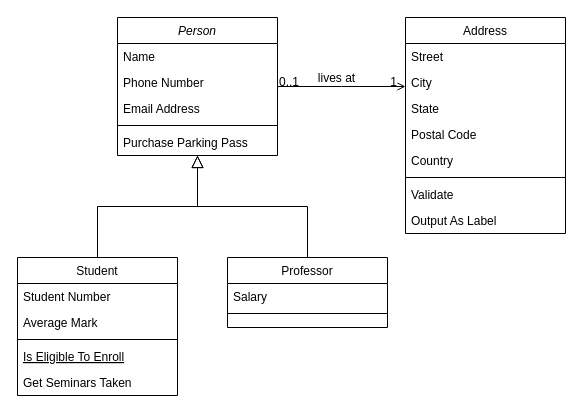
Before: Diagram zonder titel.drawio in greetjeJongen/mySecondTrial, a draw.io diagram. Source tidied: cells renumbered, new cells numbered last; positions are measured from the earlier drawing's top-left corner, leaving out a move shared by most shapes. Both pictures are drawn from the tidied source at 100%, with x=0, y=0 at pixel (17, 17).
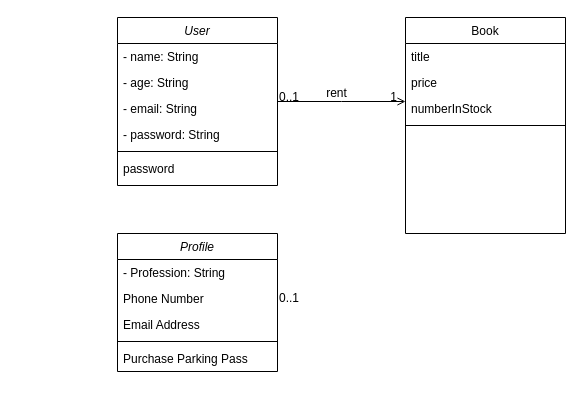
After the change.

The change refers to these unchanged cells:
```xml
<mxCell id="28" style="endArrow=open;shadow=0;strokeWidth=1;rounded=0;endFill=1;edgeStyle=elbowEdgeStyle;elbow=vertical;" parent="1" edge="1" source="2" target="19">
  <mxGeometry x="0.5" y="41" relative="1" as="geometry">
    <mxPoint x="-40" y="32" as="offset" />
  </mxGeometry>
</mxCell>
```

Diff of the diagram source:
```diff
@@
-    <mxCell id="2" value="Person" style="swimlane;fontStyle=2;align=center;verticalAlign=top;horizontal=1;startSize=26;rounded=0;shadow=0;strokeWidth=1;" parent="1" vertex="1">
-      <mxGeometry x="100" width="160" height="138" as="geometry" />
+    <mxCell id="2" value="User" style="swimlane;fontStyle=2;align=center;verticalAlign=top;horizontal=1;startSize=26;rounded=0;shadow=0;strokeWidth=1;" parent="1" vertex="1">
+      <mxGeometry x="100" width="160" height="168" as="geometry" />
     </mxCell>
-    <mxCell id="3" value="Name" style="text;align=left;verticalAlign=top;spacingLeft=4;spacingRight=4;overflow=hidden;" parent="2" vertex="1">
+    <mxCell id="3" value="- name: String" style="text;align=left;verticalAlign=top;spacingLeft=4;spacingRight=4;overflow=hidden;" parent="2" vertex="1">
       <mxGeometry y="26" width="160" height="26" as="geometry" />
     </mxCell>
+    <mxCell id="32" value="- age: String" style="text;align=left;verticalAlign=top;spacingLeft=4;spacingRight=4;overflow=hidden;rounded=0;shadow=0;html=0;" parent="2" vertex="1">
+      <mxGeometry y="52" width="160" height="26" as="geometry" />
+    </mxCell>
+    <mxCell id="33" value="- email: String" style="text;align=left;verticalAlign=top;spacingLeft=4;spacingRight=4;overflow=hidden;rounded=0;shadow=0;html=0;" parent="2" vertex="1">
+      <mxGeometry y="78" width="160" height="26" as="geometry" />
+    </mxCell>
-    <mxCell id="4" value="Phone Number" style="text;align=left;verticalAlign=top;spacingLeft=4;spacingRight=4;overflow=hidden;rounded=0;shadow=0;html=0;" parent="2" vertex="1">
-      <mxGeometry y="52" width="160" height="26" as="geometry" />
+    <mxCell id="4" value="- password: String" style="text;align=left;verticalAlign=top;spacingLeft=4;spacingRight=4;overflow=hidden;rounded=0;shadow=0;html=0;" parent="2" vertex="1">
+      <mxGeometry y="104" width="160" height="26" as="geometry" />
     </mxCell>
-    <mxCell id="5" value="Email Address" style="text;align=left;verticalAlign=top;spacingLeft=4;spacingRight=4;overflow=hidden;rounded=0;shadow=0;html=0;" parent="2" vertex="1">
-      <mxGeometry y="78" width="160" height="26" as="geometry" />
-    </mxCell>
     <mxCell id="6" style="line;html=1;strokeWidth=1;align=left;verticalAlign=middle;spacingTop=-1;spacingLeft=3;spacingRight=3;labelPosition=right;" parent="2" vertex="1">
-      <mxGeometry y="104" width="160" height="8" as="geometry" />
+      <mxGeometry y="130" width="160" height="8" as="geometry" />
     </mxCell>
-    <mxCell id="7" value="Purchase Parking Pass" style="text;align=left;verticalAlign=top;spacingLeft=4;spacingRight=4;overflow=hidden;" parent="2" vertex="1">
-      <mxGeometry y="112" width="160" height="26" as="geometry" />
-    </mxCell>
-    <mxCell id="8" value="Student" style="swimlane;fontStyle=0;align=center;verticalAlign=top;horizontal=1;startSize=26;rounded=0;shadow=0;strokeWidth=1;" parent="1" vertex="1">
-      <mxGeometry y="240" width="160" height="138" as="geometry" />
-    </mxCell>
-    <mxCell id="9" value="Student Number" style="text;align=left;verticalAlign=top;spacingLeft=4;spacingRight=4;overflow=hidden;" parent="8" vertex="1">
-      <mxGeometry y="26" width="160" height="26" as="geometry" />
-    </mxCell>
-    <mxCell id="10" value="Average Mark" style="text;align=left;verticalAlign=top;spacingLeft=4;spacingRight=4;overflow=hidden;rounded=0;shadow=0;html=0;" parent="8" vertex="1">
-      <mxGeometry y="52" width="160" height="26" as="geometry" />
-    </mxCell>
-    <mxCell id="11" style="line;html=1;strokeWidth=1;align=left;verticalAlign=middle;spacingTop=-1;spacingLeft=3;spacingRight=3;labelPosition=right;" parent="8" vertex="1">
-      <mxGeometry y="78" width="160" height="8" as="geometry" />
-    </mxCell>
-    <mxCell id="12" value="Is Eligible To Enroll" style="text;align=left;verticalAlign=top;spacingLeft=4;spacingRight=4;overflow=hidden;fontStyle=4;" parent="8" vertex="1">
-      <mxGeometry y="86" width="160" height="26" as="geometry" />
-    </mxCell>
-    <mxCell id="13" value="Get Seminars Taken" style="text;align=left;verticalAlign=top;spacingLeft=4;spacingRight=4;overflow=hidden;" parent="8" vertex="1">
-      <mxGeometry y="112" width="160" height="26" as="geometry" />
-    </mxCell>
-    <mxCell id="14" style="endArrow=block;endSize=10;endFill=0;shadow=0;strokeWidth=1;rounded=0;edgeStyle=elbowEdgeStyle;elbow=vertical;" parent="1" edge="1" source="8" target="2">
-      <mxGeometry relative="1" as="geometry" />
-    </mxCell>
-    <mxCell id="15" value="Professor" style="swimlane;fontStyle=0;align=center;verticalAlign=top;horizontal=1;startSize=26;rounded=0;shadow=0;strokeWidth=1;" parent="1" vertex="1">
-      <mxGeometry x="210" y="240" width="160" height="70" as="geometry" />
-    </mxCell>
-    <mxCell id="16" value="Salary" style="text;align=left;verticalAlign=top;spacingLeft=4;spacingRight=4;overflow=hidden;" parent="15" vertex="1">
-      <mxGeometry y="26" width="160" height="26" as="geometry" />
-    </mxCell>
-    <mxCell id="17" style="line;html=1;strokeWidth=1;align=left;verticalAlign=middle;spacingTop=-1;spacingLeft=3;spacingRight=3;labelPosition=right;" parent="15" vertex="1">
-      <mxGeometry y="52" width="160" height="8" as="geometry" />
-    </mxCell>
-    <mxCell id="18" style="endArrow=block;endSize=10;endFill=0;shadow=0;strokeWidth=1;rounded=0;edgeStyle=elbowEdgeStyle;elbow=vertical;" parent="1" edge="1" source="15" target="2">
-      <mxGeometry relative="1" as="geometry" />
-    </mxCell>
+    <mxCell id="34" value="password" style="text;align=left;verticalAlign=top;spacingLeft=4;spacingRight=4;overflow=hidden;rounded=0;shadow=0;html=0;" parent="2" vertex="1">
+      <mxGeometry y="138" width="160" height="26" as="geometry" />
+    </mxCell>
-    <mxCell id="19" value="Address" style="swimlane;fontStyle=0;align=center;verticalAlign=top;horizontal=1;startSize=26;rounded=0;shadow=0;strokeWidth=1;" parent="1" vertex="1">
+    <mxCell id="19" value="Book" style="swimlane;fontStyle=0;align=center;verticalAlign=top;horizontal=1;startSize=26;rounded=0;shadow=0;strokeWidth=1;" parent="1" vertex="1">
       <mxGeometry x="388" width="160" height="216" as="geometry" />
     </mxCell>
-    <mxCell id="20" value="Street" style="text;align=left;verticalAlign=top;spacingLeft=4;spacingRight=4;overflow=hidden;" parent="19" vertex="1">
+    <mxCell id="20" value="title" style="text;align=left;verticalAlign=top;spacingLeft=4;spacingRight=4;overflow=hidden;" parent="19" vertex="1">
       <mxGeometry y="26" width="160" height="26" as="geometry" />
     </mxCell>
-    <mxCell id="21" value="City" style="text;align=left;verticalAlign=top;spacingLeft=4;spacingRight=4;overflow=hidden;rounded=0;shadow=0;html=0;" parent="19" vertex="1">
+    <mxCell id="21" value="price" style="text;align=left;verticalAlign=top;spacingLeft=4;spacingRight=4;overflow=hidden;rounded=0;shadow=0;html=0;" parent="19" vertex="1">
       <mxGeometry y="52" width="160" height="26" as="geometry" />
     </mxCell>
-    <mxCell id="22" value="State" style="text;align=left;verticalAlign=top;spacingLeft=4;spacingRight=4;overflow=hidden;rounded=0;shadow=0;html=0;" parent="19" vertex="1">
+    <mxCell id="22" value="numberInStock" style="text;align=left;verticalAlign=top;spacingLeft=4;spacingRight=4;overflow=hidden;rounded=0;shadow=0;html=0;" parent="19" vertex="1">
       <mxGeometry y="78" width="160" height="26" as="geometry" />
     </mxCell>
-    <mxCell id="23" value="Postal Code" style="text;align=left;verticalAlign=top;spacingLeft=4;spacingRight=4;overflow=hidden;rounded=0;shadow=0;html=0;" parent="19" vertex="1">
-      <mxGeometry y="104" width="160" height="26" as="geometry" />
-    </mxCell>
-    <mxCell id="24" value="Country" style="text;align=left;verticalAlign=top;spacingLeft=4;spacingRight=4;overflow=hidden;rounded=0;shadow=0;html=0;" parent="19" vertex="1">
-      <mxGeometry y="130" width="160" height="26" as="geometry" />
-    </mxCell>
     <mxCell id="25" style="line;html=1;strokeWidth=1;align=left;verticalAlign=middle;spacingTop=-1;spacingLeft=3;spacingRight=3;labelPosition=right;" parent="19" vertex="1">
-      <mxGeometry y="156" width="160" height="8" as="geometry" />
+      <mxGeometry y="104" width="160" height="8" as="geometry" />
     </mxCell>
-    <mxCell id="26" value="Validate" style="text;align=left;verticalAlign=top;spacingLeft=4;spacingRight=4;overflow=hidden;" parent="19" vertex="1">
-      <mxGeometry y="164" width="160" height="26" as="geometry" />
-    </mxCell>
-    <mxCell id="27" value="Output As Label" style="text;align=left;verticalAlign=top;spacingLeft=4;spacingRight=4;overflow=hidden;" parent="19" vertex="1">
-      <mxGeometry y="190" width="160" height="26" as="geometry" />
-    </mxCell>
@@
-    <mxCell id="31" value="lives at" style="text;html=1;align=center;verticalAlign=middle;labelBackgroundColor=none;rounded=0;shadow=0;strokeWidth=1;fontSize=12;" parent="28" vertex="1">
+    <mxCell id="31" value="rent" style="text;html=1;align=center;verticalAlign=middle;labelBackgroundColor=none;rounded=0;shadow=0;strokeWidth=1;fontSize=12;" parent="28" vertex="1">
       <mxGeometry x="0.5" y="49" relative="1" as="geometry">
         <mxPoint x="-38" y="40" as="offset" />
       </mxGeometry>
     </mxCell>
+    <mxCell id="35" value="Profile" style="swimlane;fontStyle=2;align=center;verticalAlign=top;horizontal=1;startSize=26;rounded=0;shadow=0;strokeWidth=1;" parent="1" vertex="1">
+      <mxGeometry x="100" y="216" width="160" height="138" as="geometry" />
+    </mxCell>
+    <mxCell id="36" value="- Profession: String" style="text;align=left;verticalAlign=top;spacingLeft=4;spacingRight=4;overflow=hidden;" parent="35" vertex="1">
+      <mxGeometry y="26" width="160" height="26" as="geometry" />
+    </mxCell>
+    <mxCell id="37" value="Phone Number" style="text;align=left;verticalAlign=top;spacingLeft=4;spacingRight=4;overflow=hidden;rounded=0;shadow=0;html=0;" parent="35" vertex="1">
+      <mxGeometry y="52" width="160" height="26" as="geometry" />
+    </mxCell>
+    <mxCell id="5" value="Email Address" style="text;align=left;verticalAlign=top;spacingLeft=4;spacingRight=4;overflow=hidden;rounded=0;shadow=0;html=0;" parent="35" vertex="1">
+      <mxGeometry y="78" width="160" height="26" as="geometry" />
+    </mxCell>
+    <mxCell id="38" style="line;html=1;strokeWidth=1;align=left;verticalAlign=middle;spacingTop=-1;spacingLeft=3;spacingRight=3;labelPosition=right;" parent="35" vertex="1">
+      <mxGeometry y="104" width="160" height="8" as="geometry" />
+    </mxCell>
+    <mxCell id="7" value="Purchase Parking Pass" style="text;align=left;verticalAlign=top;spacingLeft=4;spacingRight=4;overflow=hidden;" parent="35" vertex="1">
+      <mxGeometry y="112" width="160" height="26" as="geometry" />
+    </mxCell>
+    <mxCell id="39" value="0..1" style="align=left;verticalAlign=bottom;labelBackgroundColor=none;fontSize=12;" parent="1" vertex="1">
+      <mxGeometry x="260" y="289" as="geometry" />
+    </mxCell>
```
